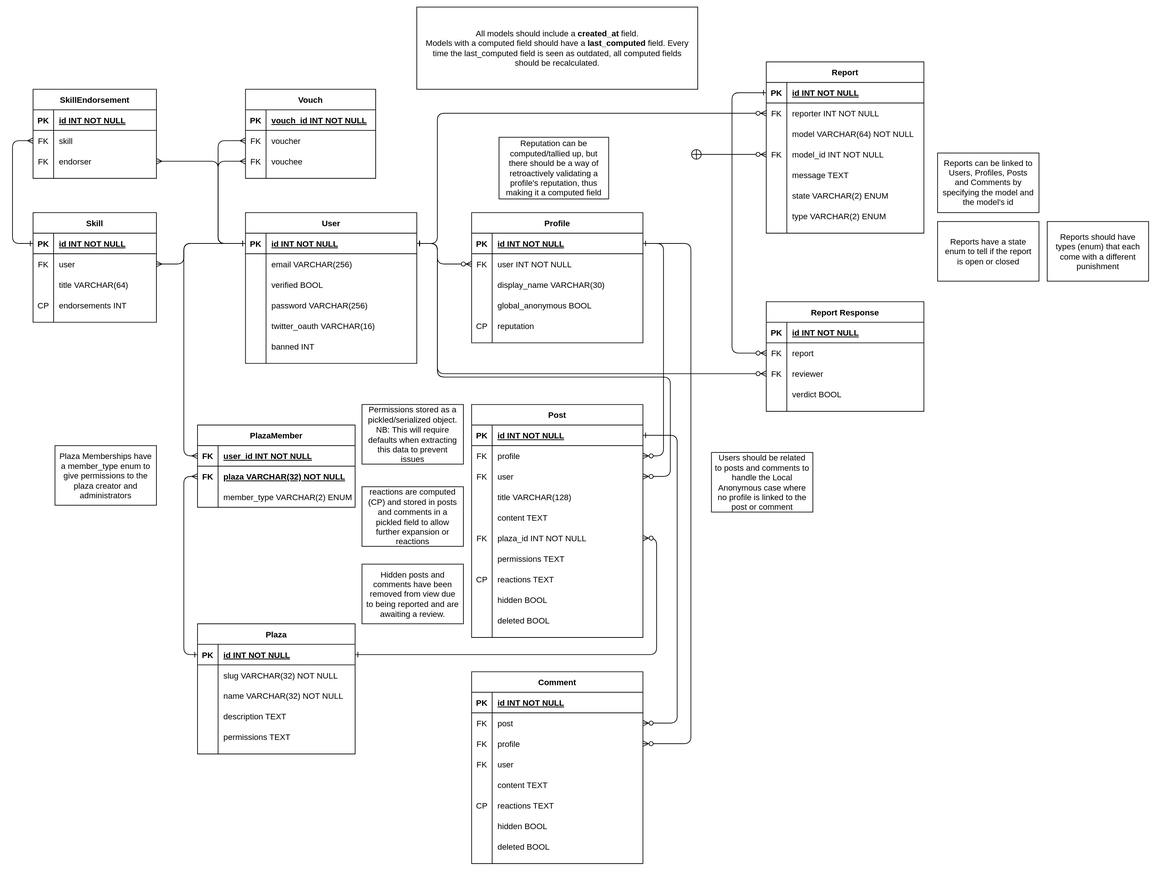
BenConstable9/ECMM427-Group-Development-Project-EconPlaza-Mirror keeps this draw.io diagram as backend/docs/EconPlaza.svg. Above is the earlier version. Source tidied: cells renumbered, new cells last; positions are measured from the earlier drawing's top-left corner, leaving out a move shared by most shapes.
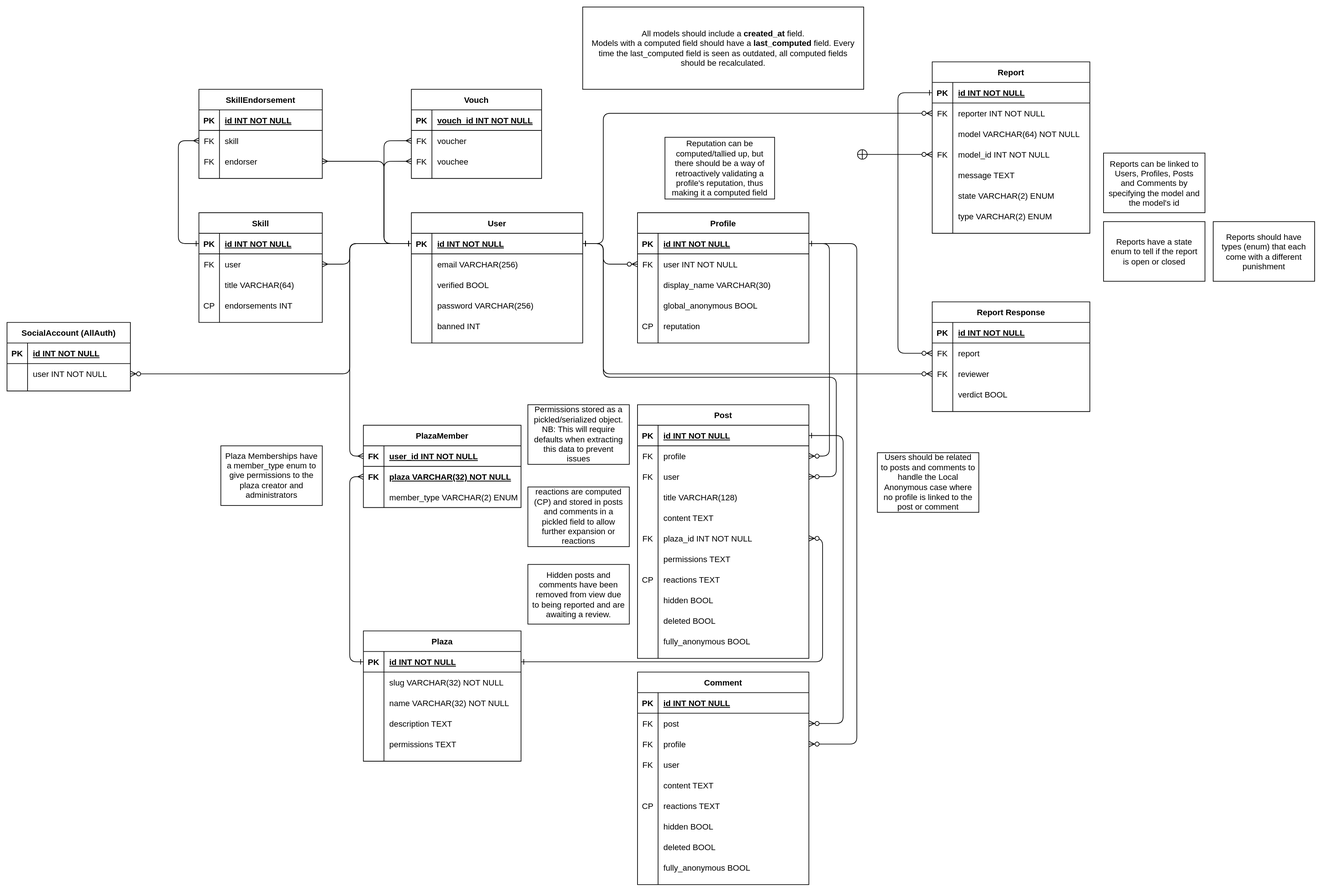
The same diagram one commit later.

Commit message:
Update Database Design

The edit, as a diff of the source:
```diff
@@ -62,7 +62,7 @@
       <mxGeometry x="30" width="220" height="30" as="geometry" />
     </mxCell>
     <mxCell id="20" value="Post" style="shape=table;startSize=30;rowLines=0;fontStyle=1;align=center;" parent="1" vertex="1">
-      <mxGeometry x="670" y="580" width="250" height="340" as="geometry" />
+      <mxGeometry x="670" y="580" width="250" height="370" as="geometry" />
     </mxCell>
     <mxCell id="21" style="shape=partialRectangle;fillColor=none;points=[[0,0.5],[1,0.5]];portConstraint=eastwest;top=0;left=0;right=0;bottom=1;" parent="20" vertex="1">
       <mxGeometry y="30" width="250" height="30" as="geometry" />
@@ -154,8 +154,17 @@
     <mxCell id="50" value="deleted BOOL" style="shape=partialRectangle;fillColor=none;top=0;left=0;bottom=0;right=0;align=left;spacingLeft=6;overflow=hidden;" parent="48" vertex="1">
       <mxGeometry x="30" width="220" height="30" as="geometry" />
     </mxCell>
+    <mxCell id="214" style="shape=partialRectangle;fillColor=none;top=0;left=0;bottom=0;right=0;" parent="20" vertex="1">
+      <mxGeometry y="330" width="250" height="30" as="geometry" />
+    </mxCell>
+    <mxCell id="215" style="shape=partialRectangle;fillColor=none;top=0;left=0;bottom=0;right=0;overflow=hidden;" parent="214" vertex="1">
+      <mxGeometry width="30" height="30" as="geometry" />
+    </mxCell>
+    <mxCell id="216" value="fully_anonymous BOOL" style="shape=partialRectangle;fillColor=none;top=0;left=0;bottom=0;right=0;align=left;spacingLeft=6;overflow=hidden;" parent="214" vertex="1">
+      <mxGeometry x="30" width="220" height="30" as="geometry" />
+    </mxCell>
     <mxCell id="51" value="User" style="shape=table;startSize=30;rowLines=0;fontStyle=1;align=center;" parent="1" vertex="1">
-      <mxGeometry x="340" y="300" width="250" height="220" as="geometry" />
+      <mxGeometry x="340" y="300" width="250" height="190" as="geometry" />
     </mxCell>
     <mxCell id="52" style="shape=partialRectangle;fillColor=none;points=[[0,0.5],[1,0.5]];portConstraint=eastwest;top=0;left=0;right=0;bottom=1;" parent="51" vertex="1">
       <mxGeometry y="30" width="250" height="30" as="geometry" />
@@ -193,17 +202,8 @@
     <mxCell id="63" value="password VARCHAR(256)" style="shape=partialRectangle;fillColor=none;top=0;left=0;bottom=0;right=0;align=left;spacingLeft=6;overflow=hidden;" parent="61" vertex="1">
       <mxGeometry x="30" width="220" height="30" as="geometry" />
     </mxCell>
-    <mxCell id="64" style="shape=partialRectangle;fillColor=none;top=0;left=0;bottom=0;right=0;" parent="51" vertex="1">
-      <mxGeometry y="150" width="250" height="30" as="geometry" />
-    </mxCell>
-    <mxCell id="65" style="shape=partialRectangle;fillColor=none;top=0;left=0;bottom=0;right=0;overflow=hidden;" parent="64" vertex="1">
-      <mxGeometry width="30" height="30" as="geometry" />
-    </mxCell>
-    <mxCell id="66" value="twitter_oauth VARCHAR(16)" style="shape=partialRectangle;fillColor=none;top=0;left=0;bottom=0;right=0;align=left;spacingLeft=6;overflow=hidden;" parent="64" vertex="1">
-      <mxGeometry x="30" width="220" height="30" as="geometry" />
-    </mxCell>
     <mxCell id="67" style="shape=partialRectangle;fillColor=none;top=0;left=0;bottom=0;right=0;" parent="51" vertex="1">
-      <mxGeometry y="180" width="250" height="30" as="geometry" />
+      <mxGeometry y="150" width="250" height="30" as="geometry" />
     </mxCell>
     <mxCell id="68" style="shape=partialRectangle;fillColor=none;top=0;left=0;bottom=0;right=0;overflow=hidden;" parent="67" vertex="1">
       <mxGeometry width="30" height="30" as="geometry" />
@@ -218,7 +218,7 @@
       <mxGeometry x="510" y="813" width="148" height="87" as="geometry" />
     </mxCell>
     <mxCell id="72" value="Plaza" style="shape=table;startSize=30;rowLines=0;fontStyle=1;align=center;strokeColor=default;" parent="1" vertex="1">
-      <mxGeometry x="270" y="900" width="230" height="190" as="geometry" />
+      <mxGeometry x="270" y="910" width="230" height="190" as="geometry" />
     </mxCell>
     <mxCell id="73" style="shape=partialRectangle;fillColor=none;top=0;left=0;bottom=1;right=0;points=[[0,0.5],[1,0.5]];portConstraint=eastwest;" parent="72" vertex="1">
       <mxGeometry y="30" width="230" height="30" as="geometry" />
@@ -356,7 +356,7 @@
       </mxGeometry>
     </mxCell>
     <mxCell id="113" value="Comment" style="shape=table;startSize=30;rowLines=0;fontStyle=1;align=center;strokeColor=default;" parent="1" vertex="1">
-      <mxGeometry x="670" y="970" width="250" height="280" as="geometry" />
+      <mxGeometry x="670" y="970" width="250" height="310" as="geometry" />
     </mxCell>
     <mxCell id="114" style="shape=partialRectangle;fillColor=none;top=0;left=0;bottom=1;right=0;" parent="113" vertex="1">
       <mxGeometry y="30" width="250" height="30" as="geometry" />
@@ -430,6 +430,15 @@
     <mxCell id="137" value="deleted BOOL" style="shape=partialRectangle;fillColor=none;top=0;left=0;bottom=0;right=0;align=left;spacingLeft=6;overflow=hidden;" parent="135" vertex="1">
       <mxGeometry x="30" width="220" height="30" as="geometry" />
     </mxCell>
+    <mxCell id="217" style="shape=partialRectangle;fillColor=none;top=0;left=0;bottom=0;right=0;" parent="113" vertex="1">
+      <mxGeometry y="270" width="250" height="30" as="geometry" />
+    </mxCell>
+    <mxCell id="218" style="shape=partialRectangle;fillColor=none;top=0;left=0;bottom=0;right=0;overflow=hidden;" parent="217" vertex="1">
+      <mxGeometry width="30" height="30" as="geometry" />
+    </mxCell>
+    <mxCell id="219" value="fully_anonymous BOOL" style="shape=partialRectangle;fillColor=none;top=0;left=0;bottom=0;right=0;align=left;spacingLeft=6;overflow=hidden;" parent="217" vertex="1">
+      <mxGeometry x="30" width="220" height="30" as="geometry" />
+    </mxCell>
     <mxCell id="138" style="rounded=1;jettySize=auto;html=1;exitX=1;exitY=0.5;exitDx=0;exitDy=0;entryX=1;entryY=0.5;entryDx=0;entryDy=0;startArrow=ERone;startFill=0;endArrow=ERzeroToMany;endFill=1;edgeStyle=elbowEdgeStyle;" parent="1" edge="1" source="21" target="117">
       <mxGeometry relative="1" as="geometry">
         <Array as="points">
@@ -700,5 +709,34 @@
     <mxCell id="213" value="Reputation can be computed/tallied up, but there should be a way of retroactively validating a profile's reputation, thus making it a computed field" style="text;html=1;strokeColor=default;fillColor=none;align=center;verticalAlign=middle;whiteSpace=wrap;rounded=0;perimeterSpacing=0;spacingTop=5;spacingBottom=5;spacing=6;" parent="1" vertex="1">
       <mxGeometry x="710" y="190" width="160" height="90" as="geometry" />
     </mxCell>
+    <mxCell id="220" value="SocialAccount (AllAuth)" style="shape=table;startSize=30;rowLines=0;fontStyle=1;align=center;strokeColor=default;" parent="1" vertex="1">
+      <mxGeometry x="-250" y="460" width="180" height="100" as="geometry" />
+    </mxCell>
+    <mxCell id="221" style="shape=partialRectangle;fillColor=none;top=0;left=0;bottom=1;right=0;" parent="220" vertex="1">
+      <mxGeometry y="30" width="180" height="30" as="geometry" />
+    </mxCell>
+    <mxCell id="222" value="PK" style="shape=partialRectangle;fillColor=none;top=0;left=0;bottom=0;right=0;fontStyle=1;overflow=hidden;" parent="221" vertex="1">
+      <mxGeometry width="30" height="30" as="geometry" />
+    </mxCell>
+    <mxCell id="223" value="id INT NOT NULL" style="shape=partialRectangle;fillColor=none;top=0;left=0;bottom=0;right=0;align=left;spacingLeft=6;fontStyle=5;overflow=hidden;" parent="221" vertex="1">
+      <mxGeometry x="30" width="150" height="30" as="geometry" />
+    </mxCell>
+    <mxCell id="224" style="shape=partialRectangle;fillColor=none;top=0;left=0;bottom=0;right=0;points=[[0,0.5],[1,0.5]];portConstraint=eastwest;" parent="220" vertex="1">
+      <mxGeometry y="60" width="180" height="30" as="geometry" />
+    </mxCell>
+    <mxCell id="225" style="shape=partialRectangle;fillColor=none;top=0;left=0;bottom=0;right=0;overflow=hidden;" parent="224" vertex="1">
+      <mxGeometry width="30" height="30" as="geometry" />
+    </mxCell>
+    <mxCell id="226" value="user INT NOT NULL" style="shape=partialRectangle;fillColor=none;top=0;left=0;bottom=0;right=0;align=left;spacingLeft=6;overflow=hidden;" parent="224" vertex="1">
+      <mxGeometry x="30" width="150" height="30" as="geometry" />
+    </mxCell>
+    <mxCell id="227" style="edgeStyle=orthogonalEdgeStyle;rounded=1;jettySize=auto;html=1;exitX=1;exitY=0.5;exitDx=0;exitDy=0;entryX=0;entryY=0.5;entryDx=0;entryDy=0;startArrow=ERzeroToMany;startFill=1;endArrow=ERone;endFill=0;" parent="1" edge="1" source="224" target="52">
+      <mxGeometry relative="1" as="geometry">
+        <Array as="points">
+          <mxPoint x="250" y="535" />
+          <mxPoint x="250" y="345" />
+        </Array>
+      </mxGeometry>
+    </mxCell>
   </root>
 </mxGraphModel>
```
